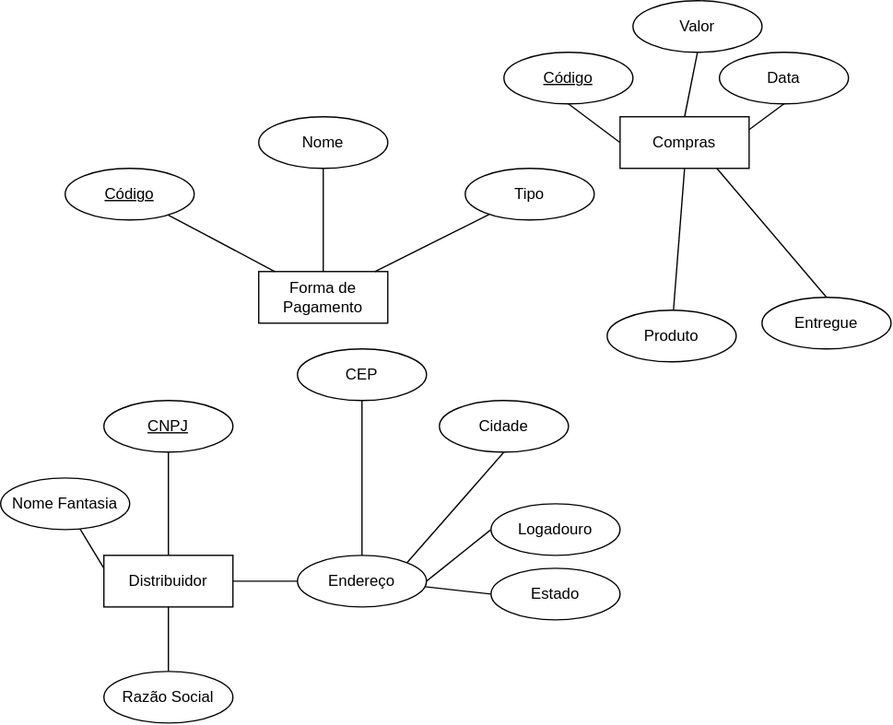
Earlier version of the draw.io export mer-primeiro/MER-loja.drawio.svg (Davi-Archive/diagramas). Source tidied: cells renumbered, new cells last; positions are measured from the earlier drawing's top-left corner, leaving out a move shared by most shapes.
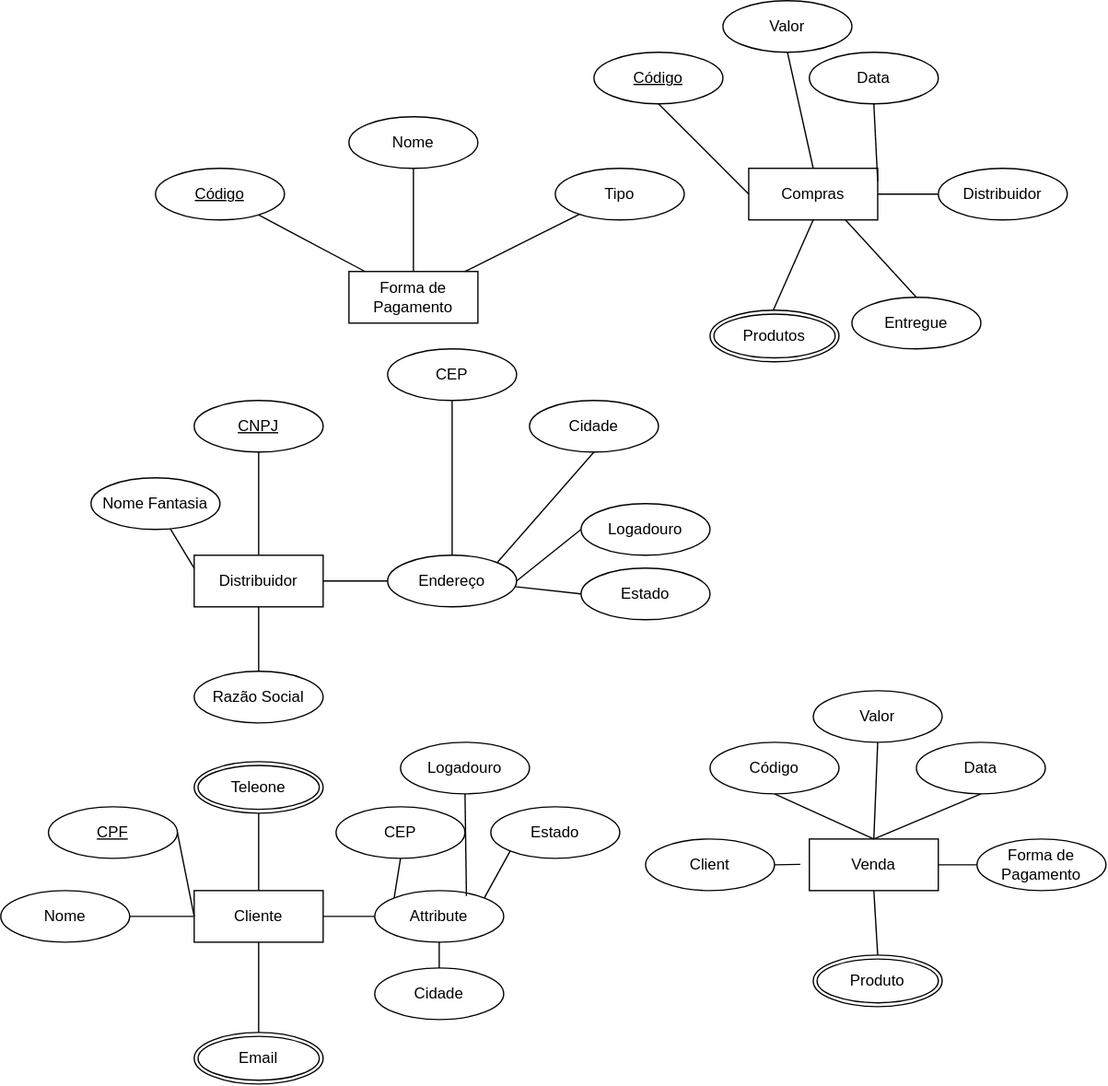
The same diagram one commit later.

Diff of the diagram source:
```diff
@@ -78,8 +78,11 @@
     <mxCell id="25" value="Logadouro" style="ellipse;whiteSpace=wrap;html=1;align=center;" parent="1" vertex="1">
       <mxGeometry x="380" y="390" width="100" height="40" as="geometry" />
     </mxCell>
+    <mxCell id="37" style="edgeStyle=none;rounded=0;jettySize=auto;html=1;strokeColor=default;startArrow=none;startFill=0;endArrow=none;endFill=0;" parent="1" edge="1" source="26" target="39">
+      <mxGeometry relative="1" as="geometry" />
+    </mxCell>
     <mxCell id="26" value="Compras" style="whiteSpace=wrap;html=1;align=center;" parent="1" vertex="1">
-      <mxGeometry x="480" y="90" width="100" height="40" as="geometry" />
+      <mxGeometry x="510" y="130" width="100" height="40" as="geometry" />
     </mxCell>
     <mxCell id="27" style="edgeStyle=none;rounded=0;jettySize=auto;html=1;exitX=0.5;exitY=1;exitDx=0;exitDy=0;entryX=0.5;entryY=0;entryDx=0;entryDy=0;strokeColor=default;startArrow=none;startFill=0;endArrow=none;endFill=0;" parent="1" edge="1" source="28" target="26">
       <mxGeometry relative="1" as="geometry" />
@@ -105,11 +108,114 @@
     <mxCell id="34" value="Entregue" style="ellipse;whiteSpace=wrap;html=1;align=center;" parent="1" vertex="1">
       <mxGeometry x="590" y="230" width="100" height="40" as="geometry" />
     </mxCell>
-    <mxCell id="35" style="edgeStyle=none;rounded=0;jettySize=auto;html=1;strokeColor=default;startArrow=none;startFill=0;endArrow=none;endFill=0;entryX=0.5;entryY=1;entryDx=0;entryDy=0;" parent="1" edge="1" source="36" target="26">
-      <mxGeometry relative="1" as="geometry" />
+    <mxCell id="35" style="edgeStyle=none;rounded=0;jettySize=auto;html=1;strokeColor=default;startArrow=none;startFill=0;endArrow=none;endFill=0;entryX=0.5;entryY=1;entryDx=0;entryDy=0;" parent="1" edge="1" target="26">
+      <mxGeometry relative="1" as="geometry">
+        <mxPoint x="528.9" y="240.3" as="sourcePoint" />
+      </mxGeometry>
     </mxCell>
+    <mxCell id="38" value="Produtos" style="ellipse;shape=doubleEllipse;margin=3;whiteSpace=wrap;html=1;align=center;" parent="1" vertex="1">
+      <mxGeometry x="480" y="240" width="100" height="40" as="geometry" />
+    </mxCell>
+    <mxCell id="39" value="Distribuidor" style="ellipse;whiteSpace=wrap;html=1;align=center;" parent="1" vertex="1">
+      <mxGeometry x="657" y="130" width="100" height="40" as="geometry" />
+    </mxCell>
+    <mxCell id="40" value="Cliente" style="whiteSpace=wrap;html=1;align=center;" parent="1" vertex="1">
+      <mxGeometry x="80" y="690" width="100" height="40" as="geometry" />
+    </mxCell>
+    <mxCell id="41" style="edgeStyle=none;rounded=0;jettySize=auto;html=1;exitX=0.5;exitY=1;exitDx=0;exitDy=0;entryX=0.5;entryY=0;entryDx=0;entryDy=0;strokeColor=default;startArrow=none;startFill=0;endArrow=none;endFill=0;" parent="1" edge="1" source="42" target="40">
+      <mxGeometry relative="1" as="geometry" />
+    </mxCell>
+    <mxCell id="42" value="Teleone" style="ellipse;shape=doubleEllipse;margin=3;whiteSpace=wrap;html=1;align=center;" parent="1" vertex="1">
+      <mxGeometry x="80" y="590" width="100" height="40" as="geometry" />
+    </mxCell>
+    <mxCell id="43" style="edgeStyle=none;rounded=0;jettySize=auto;html=1;exitX=0.5;exitY=0;exitDx=0;exitDy=0;entryX=0.5;entryY=1;entryDx=0;entryDy=0;strokeColor=default;startArrow=none;startFill=0;endArrow=none;endFill=0;" parent="1" edge="1" source="44" target="40">
+      <mxGeometry relative="1" as="geometry" />
+    </mxCell>
+    <mxCell id="44" value="Email" style="ellipse;shape=doubleEllipse;margin=3;whiteSpace=wrap;html=1;align=center;" parent="1" vertex="1">
+      <mxGeometry x="80" y="800" width="100" height="40" as="geometry" />
+    </mxCell>
+    <mxCell id="45" style="edgeStyle=none;rounded=0;jettySize=auto;html=1;exitX=1;exitY=0.5;exitDx=0;exitDy=0;entryX=0;entryY=0.5;entryDx=0;entryDy=0;strokeColor=default;startArrow=none;startFill=0;endArrow=none;endFill=0;" parent="1" edge="1" source="46" target="40">
+      <mxGeometry relative="1" as="geometry" />
+    </mxCell>
+    <mxCell id="46" value="CPF" style="ellipse;whiteSpace=wrap;html=1;align=center;fontStyle=4;" parent="1" vertex="1">
+      <mxGeometry x="-33" y="625" width="100" height="40" as="geometry" />
+    </mxCell>
+    <mxCell id="47" style="edgeStyle=none;rounded=0;jettySize=auto;html=1;exitX=1;exitY=0.5;exitDx=0;exitDy=0;entryX=0;entryY=0.5;entryDx=0;entryDy=0;strokeColor=default;startArrow=none;startFill=0;endArrow=none;endFill=0;" parent="1" edge="1" source="48" target="40">
+      <mxGeometry relative="1" as="geometry" />
+    </mxCell>
+    <mxCell id="48" value="Nome" style="ellipse;whiteSpace=wrap;html=1;align=center;" parent="1" vertex="1">
+      <mxGeometry x="-70" y="690" width="100" height="40" as="geometry" />
+    </mxCell>
+    <mxCell id="49" style="edgeStyle=none;rounded=0;jettySize=auto;html=1;exitX=0;exitY=0.5;exitDx=0;exitDy=0;entryX=1;entryY=0.5;entryDx=0;entryDy=0;strokeColor=default;startArrow=none;startFill=0;endArrow=none;endFill=0;" parent="1" edge="1" source="51" target="40">
+      <mxGeometry relative="1" as="geometry" />
+    </mxCell>
+    <mxCell id="50" style="edgeStyle=none;rounded=0;jettySize=auto;html=1;exitX=0;exitY=0;exitDx=0;exitDy=0;entryX=0.5;entryY=1;entryDx=0;entryDy=0;strokeColor=default;startArrow=none;startFill=0;endArrow=none;endFill=0;" parent="1" edge="1" source="51" target="52">
+      <mxGeometry relative="1" as="geometry" />
+    </mxCell>
+    <mxCell id="51" value="Attribute" style="ellipse;whiteSpace=wrap;html=1;align=center;" parent="1" vertex="1">
+      <mxGeometry x="220" y="690" width="100" height="40" as="geometry" />
+    </mxCell>
+    <mxCell id="52" value="CEP" style="ellipse;whiteSpace=wrap;html=1;align=center;" parent="1" vertex="1">
+      <mxGeometry x="190" y="625" width="100" height="40" as="geometry" />
+    </mxCell>
+    <mxCell id="53" style="edgeStyle=none;rounded=0;jettySize=auto;html=1;exitX=0.5;exitY=1;exitDx=0;exitDy=0;entryX=0.711;entryY=0.103;entryDx=0;entryDy=0;entryPerimeter=0;strokeColor=default;startArrow=none;startFill=0;endArrow=none;endFill=0;" parent="1" edge="1" source="54" target="51">
+      <mxGeometry relative="1" as="geometry" />
+    </mxCell>
+    <mxCell id="54" value="Logadouro" style="ellipse;whiteSpace=wrap;html=1;align=center;" parent="1" vertex="1">
+      <mxGeometry x="240" y="575" width="100" height="40" as="geometry" />
+    </mxCell>
+    <mxCell id="55" style="edgeStyle=none;rounded=0;jettySize=auto;html=1;exitX=0;exitY=1;exitDx=0;exitDy=0;entryX=1;entryY=0;entryDx=0;entryDy=0;strokeColor=default;startArrow=none;startFill=0;endArrow=none;endFill=0;" parent="1" edge="1" source="56" target="51">
+      <mxGeometry relative="1" as="geometry" />
+    </mxCell>
+    <mxCell id="56" value="Estado" style="ellipse;whiteSpace=wrap;html=1;align=center;" parent="1" vertex="1">
+      <mxGeometry x="310" y="625" width="100" height="40" as="geometry" />
+    </mxCell>
+    <mxCell id="57" style="edgeStyle=none;rounded=0;jettySize=auto;html=1;exitX=0.5;exitY=0;exitDx=0;exitDy=0;entryX=0.5;entryY=1;entryDx=0;entryDy=0;strokeColor=default;startArrow=none;startFill=0;endArrow=none;endFill=0;" parent="1" edge="1" source="58" target="51">
+      <mxGeometry relative="1" as="geometry" />
+    </mxCell>
+    <mxCell id="58" value="Cidade" style="ellipse;whiteSpace=wrap;html=1;align=center;" parent="1" vertex="1">
+      <mxGeometry x="220" y="750" width="100" height="40" as="geometry" />
+    </mxCell>
+    <mxCell id="59" style="edgeStyle=none;rounded=0;jettySize=auto;html=1;exitX=0.5;exitY=0;exitDx=0;exitDy=0;entryX=0.5;entryY=1;entryDx=0;entryDy=0;strokeColor=default;startArrow=none;startFill=0;endArrow=none;endFill=0;" parent="1" edge="1" source="60" target="67">
+      <mxGeometry relative="1" as="geometry" />
+    </mxCell>
+    <mxCell id="60" value="Venda" style="whiteSpace=wrap;html=1;align=center;" parent="1" vertex="1">
+      <mxGeometry x="557" y="650" width="100" height="40" as="geometry" />
+    </mxCell>
+    <mxCell id="61" style="edgeStyle=none;rounded=0;jettySize=auto;html=1;exitX=1;exitY=0.5;exitDx=0;exitDy=0;strokeColor=default;startArrow=none;startFill=0;endArrow=none;endFill=0;" parent="1" edge="1" source="62">
+      <mxGeometry relative="1" as="geometry">
+        <mxPoint x="550" y="669.7" as="targetPoint" />
+      </mxGeometry>
+    </mxCell>
+    <mxCell id="62" value="Client" style="ellipse;whiteSpace=wrap;html=1;align=center;" parent="1" vertex="1">
+      <mxGeometry x="430" y="650" width="100" height="40" as="geometry" />
+    </mxCell>
+    <mxCell id="63" style="edgeStyle=none;rounded=0;jettySize=auto;html=1;exitX=0.5;exitY=1;exitDx=0;exitDy=0;entryX=0.5;entryY=0;entryDx=0;entryDy=0;strokeColor=default;startArrow=none;startFill=0;endArrow=none;endFill=0;" parent="1" edge="1" source="64" target="60">
+      <mxGeometry relative="1" as="geometry" />
+    </mxCell>
+    <mxCell id="64" value="Código" style="ellipse;whiteSpace=wrap;html=1;align=center;" parent="1" vertex="1">
+      <mxGeometry x="480" y="575" width="100" height="40" as="geometry" />
+    </mxCell>
+    <mxCell id="65" style="edgeStyle=none;rounded=0;jettySize=auto;html=1;exitX=0.5;exitY=1;exitDx=0;exitDy=0;entryX=0.5;entryY=0;entryDx=0;entryDy=0;strokeColor=default;startArrow=none;startFill=0;endArrow=none;endFill=0;" parent="1" edge="1" source="66" target="60">
+      <mxGeometry relative="1" as="geometry" />
+    </mxCell>
+    <mxCell id="66" value="Valor" style="ellipse;whiteSpace=wrap;html=1;align=center;" parent="1" vertex="1">
+      <mxGeometry x="560" y="535" width="100" height="40" as="geometry" />
+    </mxCell>
+    <mxCell id="67" value="Data" style="ellipse;whiteSpace=wrap;html=1;align=center;" parent="1" vertex="1">
+      <mxGeometry x="640" y="575" width="100" height="40" as="geometry" />
+    </mxCell>
+    <mxCell id="68" style="edgeStyle=none;rounded=0;jettySize=auto;html=1;exitX=0.5;exitY=0;exitDx=0;exitDy=0;entryX=0.5;entryY=1;entryDx=0;entryDy=0;strokeColor=default;startArrow=none;startFill=0;endArrow=none;endFill=0;" parent="1" edge="1" source="36" target="60">
+      <mxGeometry relative="1" as="geometry" />
+    </mxCell>
-    <mxCell id="36" value="Produto" style="ellipse;whiteSpace=wrap;html=1;align=center;" parent="1" vertex="1">
-      <mxGeometry x="470" y="240" width="100" height="40" as="geometry" />
+    <mxCell id="36" value="Produto" style="ellipse;shape=doubleEllipse;margin=3;whiteSpace=wrap;html=1;align=center;" parent="1" vertex="1">
+      <mxGeometry x="560" y="740" width="100" height="40" as="geometry" />
     </mxCell>
+    <mxCell id="69" style="edgeStyle=none;rounded=0;jettySize=auto;html=1;exitX=0;exitY=0.5;exitDx=0;exitDy=0;entryX=1;entryY=0.5;entryDx=0;entryDy=0;strokeColor=default;startArrow=none;startFill=0;endArrow=none;endFill=0;" parent="1" edge="1" source="70" target="60">
+      <mxGeometry relative="1" as="geometry" />
+    </mxCell>
+    <mxCell id="70" value="Forma de Pagamento" style="ellipse;whiteSpace=wrap;html=1;align=center;" parent="1" vertex="1">
+      <mxGeometry x="687" y="650" width="100" height="40" as="geometry" />
+    </mxCell>
   </root>
 </mxGraphModel>
```
